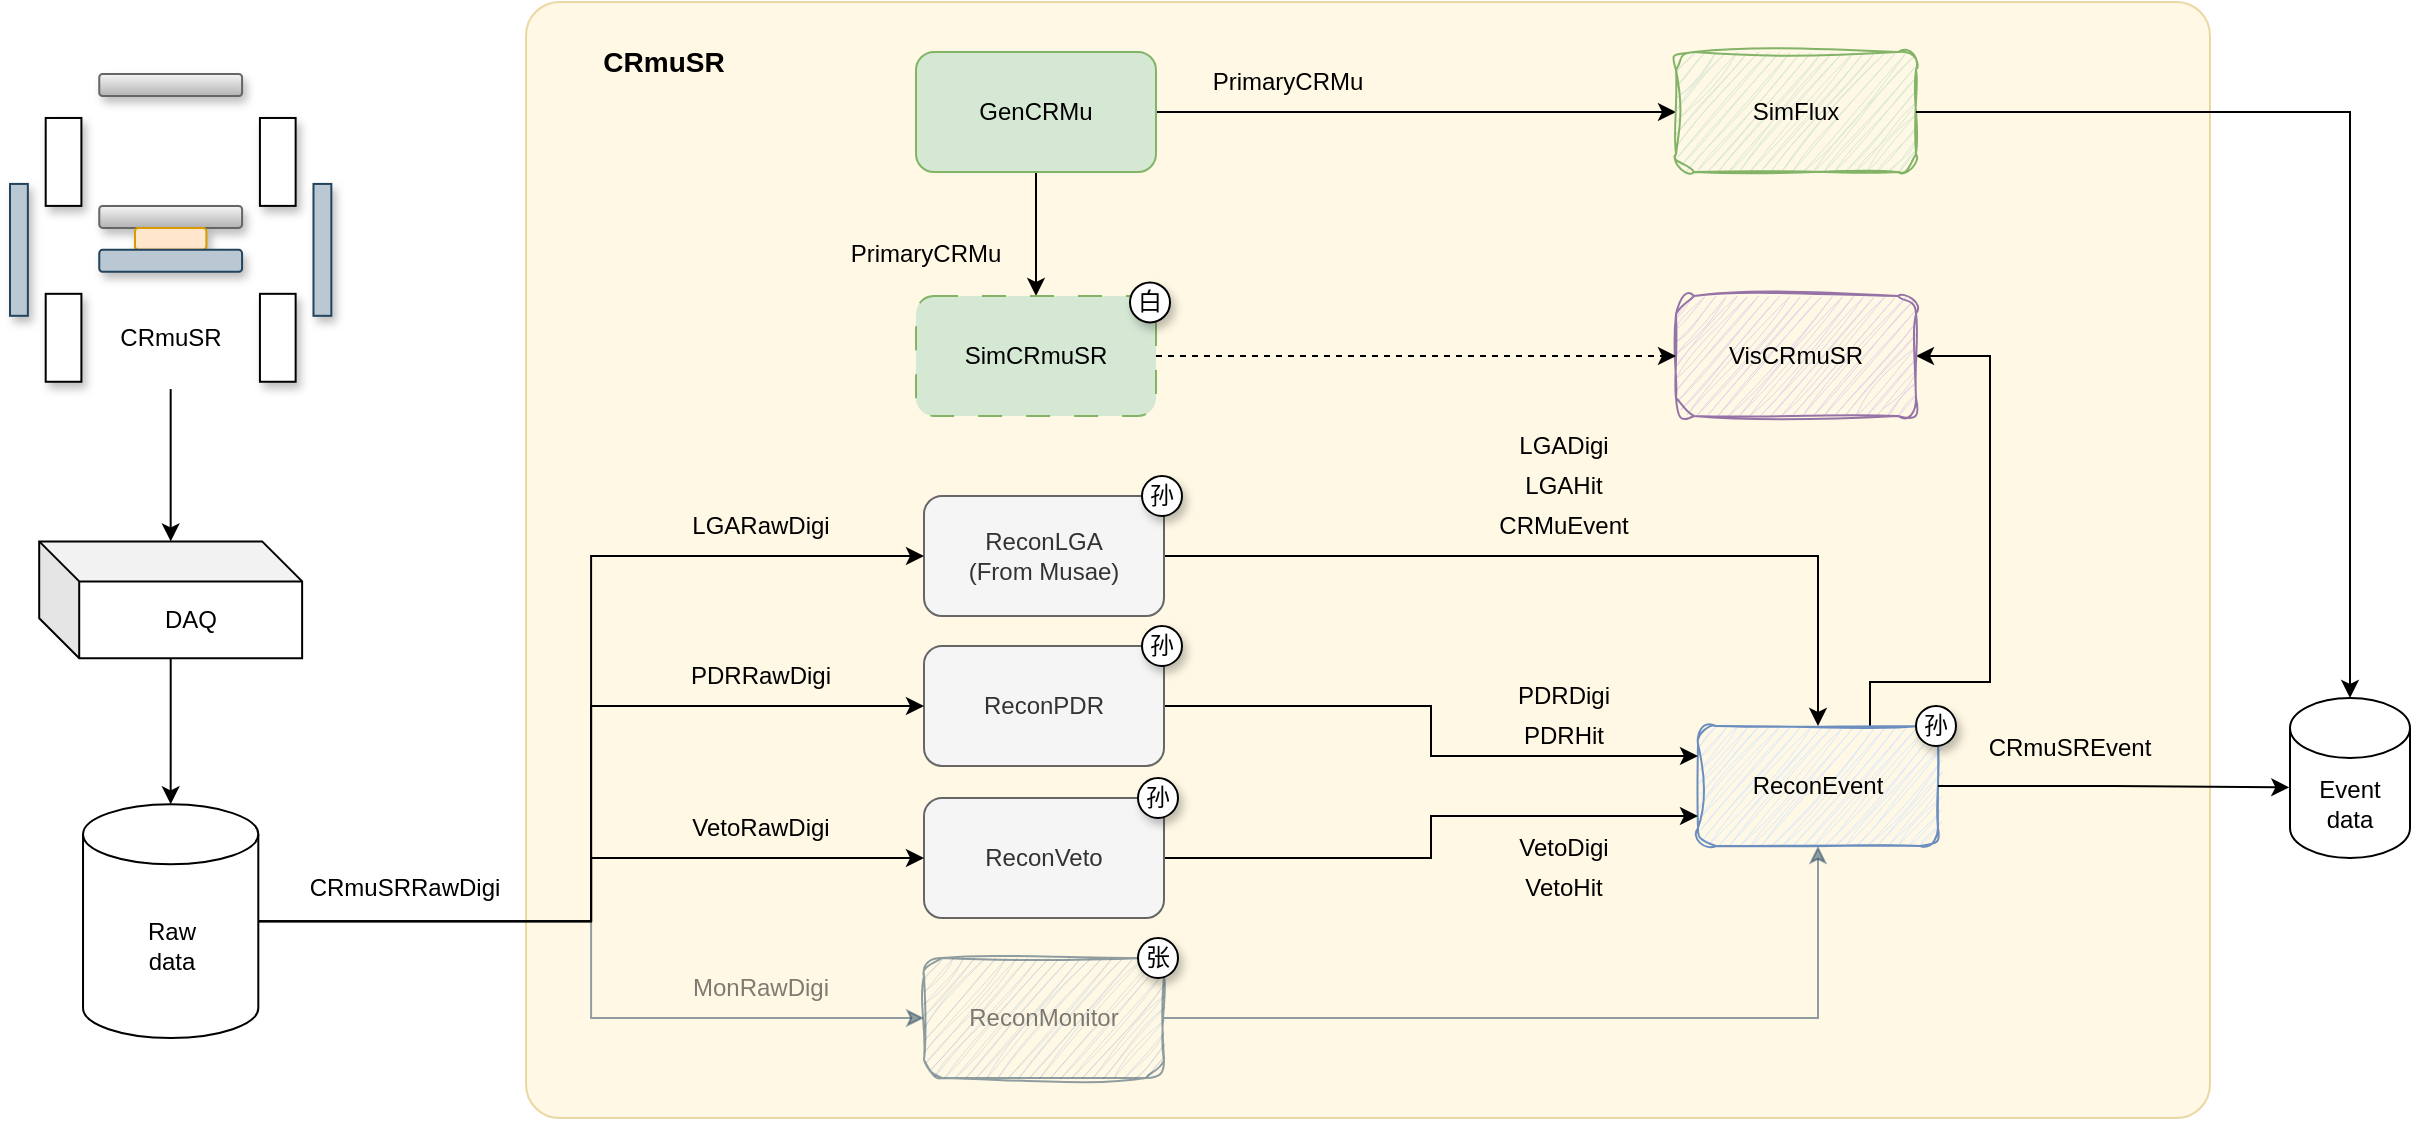
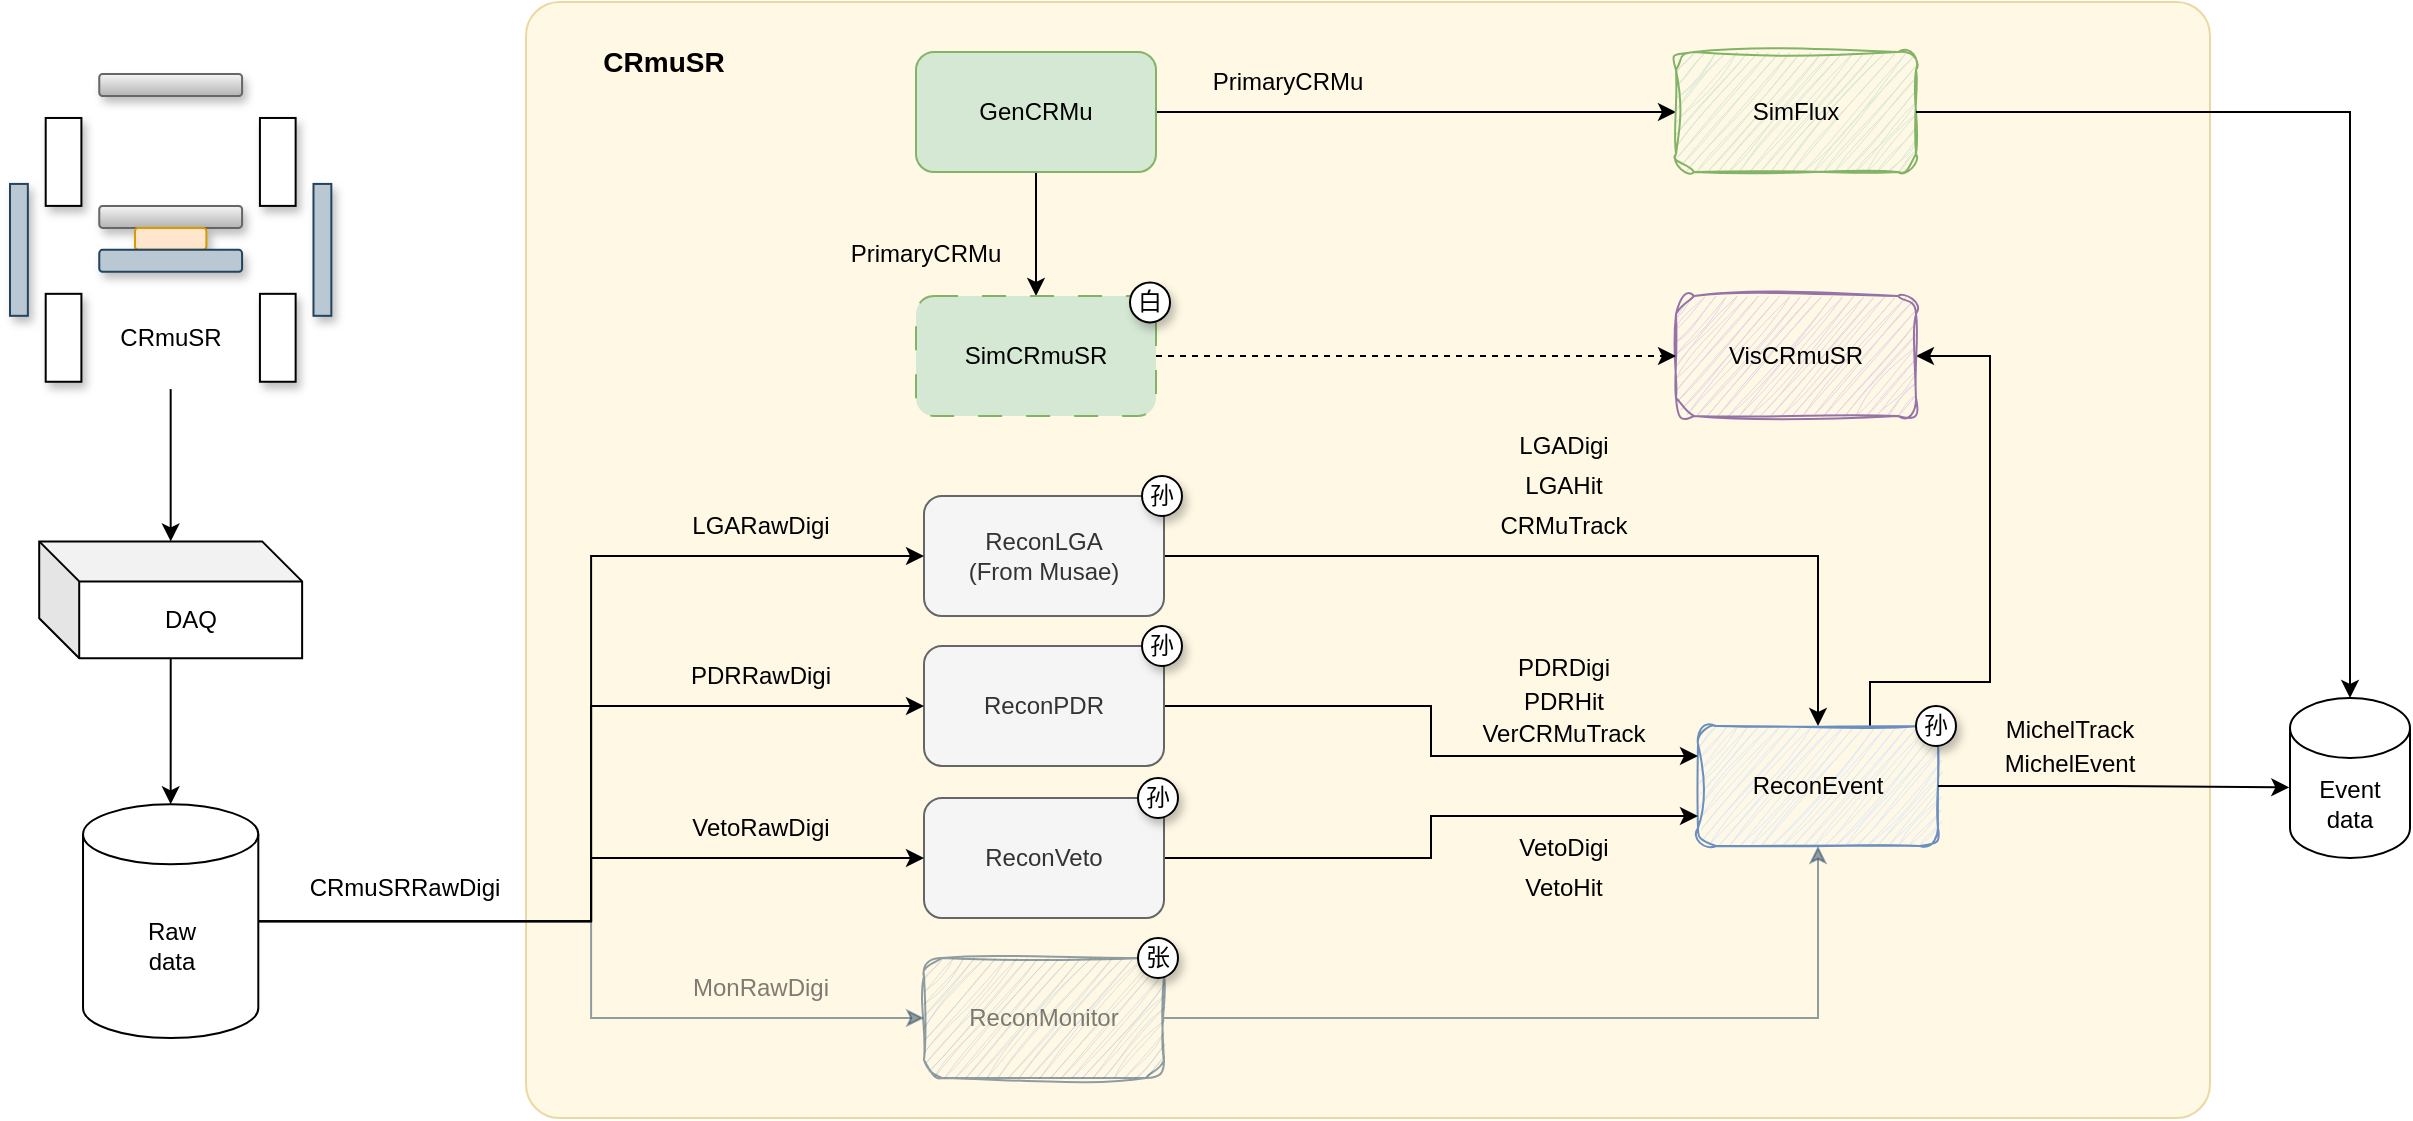
<mxfile host="app.diagrams.net" agent="Mozilla/5.0 (Macintosh; Intel Mac OS X 10_15_7) AppleWebKit/537.36 (KHTML, like Gecko) Chrome/146.0.0.0 Safari/537.36 Edg/146.0.0.0">
  <diagram name="第 1 页" id="chZkEdBu_oaUfNhv53m3">
-     <mxGraphModel dx="1409" dy="584" grid="1" gridSize="10" guides="1" tooltips="1" connect="1" arrows="1" fold="1" page="1" pageScale="1" pageWidth="834" pageHeight="370" background="none" math="0" shadow="0">
+     <mxGraphModel dx="1954" dy="749" grid="1" gridSize="10" guides="1" tooltips="1" connect="1" arrows="1" fold="1" page="1" pageScale="1" pageWidth="834" pageHeight="370" background="none" math="0" shadow="0">
      <root>
        <mxCell id="0" />
        <mxCell id="1" parent="0" />
-         <mxCell id="9vvE39sXZONVrzgEW_0H-39" parent="1" style="rounded=1;whiteSpace=wrap;html=1;arcSize=3;fillColor=#fff2cc;strokeColor=#d6b656;opacity=50;" value="" vertex="1">
+         <mxCell id="9vvE39sXZONVrzgEW_0H-39" parent="1" style="rounded=1;whiteSpace=wrap;html=1;arcSize=3;fillColor=#fff2cc;strokeColor=#d6b656;opacity=50;movable=0;resizable=0;rotatable=0;deletable=0;editable=0;locked=1;connectable=0;" value="" vertex="1">
          <mxGeometry height="558" width="842" x="348" y="100" as="geometry" />
        </mxCell>
        <mxCell id="9vvE39sXZONVrzgEW_0H-33" edge="1" parent="1" source="xIw7j6lJ1kNyazvr1SXw-10" style="edgeStyle=orthogonalEdgeStyle;rounded=0;orthogonalLoop=1;jettySize=auto;html=1;entryX=1;entryY=0.5;entryDx=0;entryDy=0;" target="xIw7j6lJ1kNyazvr1SXw-19">
          <mxGeometry relative="1" as="geometry">
            <Array as="points">
              <mxPoint x="1020" y="440" />
              <mxPoint x="1080" y="440" />
              <mxPoint x="1080" y="277" />
            </Array>
          </mxGeometry>
        </mxCell>
        <mxCell id="xIw7j6lJ1kNyazvr1SXw-10" parent="1" style="rounded=1;whiteSpace=wrap;html=1;fillColor=#dae8fc;strokeColor=#6c8ebf;sketch=1;curveFitting=1;jiggle=2;container=0;fillStyle=auto;" value="ReconEvent" vertex="1">
          <mxGeometry height="60" width="120" x="934" y="462" as="geometry" />
        </mxCell>
        <mxCell id="xIw7j6lJ1kNyazvr1SXw-19" parent="1" style="rounded=1;whiteSpace=wrap;html=1;fillColor=#e1d5e7;strokeColor=#9673a6;sketch=1;curveFitting=1;jiggle=2;container=0;" value="VisCRmuSR" vertex="1">
          <mxGeometry height="60" width="120" x="923" y="247" as="geometry" />
        </mxCell>
        <mxCell id="xIw7j6lJ1kNyazvr1SXw-29" edge="1" parent="1" source="xIw7j6lJ1kNyazvr1SXw-25" style="edgeStyle=orthogonalEdgeStyle;rounded=0;orthogonalLoop=1;jettySize=auto;html=1;" target="xIw7j6lJ1kNyazvr1SXw-26">
          <mxGeometry relative="1" as="geometry" />
        </mxCell>
        <mxCell id="xIw7j6lJ1kNyazvr1SXw-34" edge="1" parent="1" source="xIw7j6lJ1kNyazvr1SXw-25" style="edgeStyle=orthogonalEdgeStyle;rounded=0;orthogonalLoop=1;jettySize=auto;html=1;" target="xIw7j6lJ1kNyazvr1SXw-33">
          <mxGeometry relative="1" as="geometry" />
        </mxCell>
        <mxCell id="xIw7j6lJ1kNyazvr1SXw-25" parent="1" style="rounded=1;whiteSpace=wrap;html=1;fillColor=#d5e8d4;strokeColor=#82b366;container=0;" value="GenCRMu" vertex="1">
          <mxGeometry height="60" width="120" x="543" y="125" as="geometry" />
        </mxCell>
        <mxCell id="xIw7j6lJ1kNyazvr1SXw-27" edge="1" parent="1" source="xIw7j6lJ1kNyazvr1SXw-26" style="edgeStyle=orthogonalEdgeStyle;rounded=0;orthogonalLoop=1;jettySize=auto;html=1;dashed=1;flowAnimation=0;" target="xIw7j6lJ1kNyazvr1SXw-19">
          <mxGeometry relative="1" as="geometry" />
        </mxCell>
        <mxCell id="xIw7j6lJ1kNyazvr1SXw-26" parent="1" style="rounded=1;whiteSpace=wrap;html=1;fillColor=#d5e8d4;strokeColor=#82b366;glass=0;dashed=1;dashPattern=12 12;container=0;" value="SimCRmuSR" vertex="1">
          <mxGeometry height="60" width="120" x="543" y="247" as="geometry" />
        </mxCell>
        <mxCell id="xIw7j6lJ1kNyazvr1SXw-31" parent="1" style="text;html=1;whiteSpace=wrap;strokeColor=none;fillColor=none;align=center;verticalAlign=middle;rounded=0;container=0;" value="&lt;b&gt;&lt;font style=&quot;font-size: 14px;&quot;&gt;CRmuSR&lt;/font&gt;&lt;/b&gt;" vertex="1">
          <mxGeometry height="30" width="60" x="387" y="115" as="geometry" />
        </mxCell>
        <mxCell id="xIw7j6lJ1kNyazvr1SXw-33" parent="1" style="rounded=1;whiteSpace=wrap;html=1;fillColor=#d5e8d4;strokeColor=#82b366;sketch=1;curveFitting=1;jiggle=2;container=0;" value="SimFlux" vertex="1">
          <mxGeometry height="60" width="120" x="923" y="125" as="geometry" />
        </mxCell>
        <mxCell id="xIw7j6lJ1kNyazvr1SXw-35" edge="1" parent="1" source="xIw7j6lJ1kNyazvr1SXw-33" style="edgeStyle=orthogonalEdgeStyle;rounded=0;orthogonalLoop=1;jettySize=auto;html=1;entryX=0.5;entryY=0;entryDx=0;entryDy=0;entryPerimeter=0;" target="xIw7j6lJ1kNyazvr1SXw-18">
          <mxGeometry relative="1" as="geometry" />
        </mxCell>
        <mxCell id="xIw7j6lJ1kNyazvr1SXw-40" parent="1" style="ellipse;whiteSpace=wrap;html=1;aspect=fixed;shadow=1;container=0;" value="白" vertex="1">
          <mxGeometry height="20" width="20" x="650" y="240.2" as="geometry" />
        </mxCell>
        <mxCell id="xIw7j6lJ1kNyazvr1SXw-42" parent="1" style="text;html=1;whiteSpace=wrap;strokeColor=none;fillColor=none;align=center;verticalAlign=middle;rounded=0;container=0;" value="PrimaryCRMu" vertex="1">
          <mxGeometry height="30" width="90" x="684" y="125" as="geometry" />
        </mxCell>
        <mxCell id="xIw7j6lJ1kNyazvr1SXw-43" parent="1" style="text;html=1;whiteSpace=wrap;strokeColor=none;fillColor=none;align=center;verticalAlign=middle;rounded=0;container=0;" value="PrimaryCRMu" vertex="1">
          <mxGeometry height="30" width="90" x="503" y="211" as="geometry" />
        </mxCell>
        <mxCell id="xIw7j6lJ1kNyazvr1SXw-45" parent="1" style="text;html=1;whiteSpace=wrap;strokeColor=none;fillColor=none;align=center;verticalAlign=middle;rounded=0;container=0;" value="CRmuSRRawDigi" vertex="1">
          <mxGeometry height="30" width="99" x="238" y="528" as="geometry" />
        </mxCell>
        <mxCell id="9vvE39sXZONVrzgEW_0H-16" edge="1" parent="1" source="9vvE39sXZONVrzgEW_0H-3" style="edgeStyle=orthogonalEdgeStyle;rounded=0;orthogonalLoop=1;jettySize=auto;html=1;entryX=0.5;entryY=0;entryDx=0;entryDy=0;" target="xIw7j6lJ1kNyazvr1SXw-10">
          <mxGeometry relative="1" as="geometry" />
        </mxCell>
        <mxCell id="9vvE39sXZONVrzgEW_0H-3" parent="1" style="rounded=1;whiteSpace=wrap;html=1;glass=0;shadow=0;fillColor=#f5f5f5;fillStyle=hachure;strokeColor=#666666;fontColor=#333333;" value="ReconLGA&lt;div&gt;(From Musae)&lt;/div&gt;" vertex="1">
          <mxGeometry height="60" width="120" x="547" y="347" as="geometry" />
        </mxCell>
        <mxCell id="9vvE39sXZONVrzgEW_0H-22" edge="1" parent="1" source="9vvE39sXZONVrzgEW_0H-4" style="edgeStyle=orthogonalEdgeStyle;rounded=0;orthogonalLoop=1;jettySize=auto;html=1;entryX=0;entryY=0.25;entryDx=0;entryDy=0;" target="xIw7j6lJ1kNyazvr1SXw-10">
          <mxGeometry relative="1" as="geometry" />
        </mxCell>
        <mxCell id="9vvE39sXZONVrzgEW_0H-4" parent="1" style="rounded=1;whiteSpace=wrap;html=1;glass=0;shadow=0;fillColor=#f5f5f5;fillStyle=hachure;strokeColor=#666666;fontColor=#333333;" value="ReconPDR" vertex="1">
          <mxGeometry height="60" width="120" x="547" y="422" as="geometry" />
        </mxCell>
        <mxCell id="9vvE39sXZONVrzgEW_0H-24" edge="1" parent="1" source="9vvE39sXZONVrzgEW_0H-5" style="edgeStyle=orthogonalEdgeStyle;rounded=0;orthogonalLoop=1;jettySize=auto;html=1;entryX=0.5;entryY=1;entryDx=0;entryDy=0;fillColor=#bac8d3;strokeColor=#23445d;opacity=50;textOpacity=50;" target="xIw7j6lJ1kNyazvr1SXw-10">
          <mxGeometry relative="1" as="geometry" />
        </mxCell>
        <mxCell id="9vvE39sXZONVrzgEW_0H-5" parent="1" style="rounded=1;whiteSpace=wrap;html=1;sketch=1;curveFitting=1;jiggle=2;glass=0;shadow=0;fillColor=#bac8d3;fillStyle=hachure;strokeColor=#23445d;opacity=50;textOpacity=50;" value="ReconMonitor" vertex="1">
          <mxGeometry height="60" width="120" x="547" y="578" as="geometry" />
        </mxCell>
        <mxCell id="9vvE39sXZONVrzgEW_0H-23" edge="1" parent="1" source="9vvE39sXZONVrzgEW_0H-6" style="edgeStyle=orthogonalEdgeStyle;rounded=0;orthogonalLoop=1;jettySize=auto;html=1;entryX=0;entryY=0.75;entryDx=0;entryDy=0;" target="xIw7j6lJ1kNyazvr1SXw-10">
          <mxGeometry relative="1" as="geometry" />
        </mxCell>
        <mxCell id="9vvE39sXZONVrzgEW_0H-6" parent="1" style="rounded=1;whiteSpace=wrap;html=1;glass=0;shadow=0;fillColor=#f5f5f5;fillStyle=hachure;strokeColor=#666666;fontColor=#333333;" value="ReconVeto" vertex="1">
          <mxGeometry height="60" width="120" x="547" y="498" as="geometry" />
        </mxCell>
        <mxCell id="9vvE39sXZONVrzgEW_0H-7" connectable="0" parent="1" style="group" value="" vertex="1">
          <mxGeometry height="482" width="160.67" x="90" y="136" as="geometry" />
        </mxCell>
        <mxCell id="xIw7j6lJ1kNyazvr1SXw-3" parent="9vvE39sXZONVrzgEW_0H-7" style="shape=cube;whiteSpace=wrap;html=1;boundedLbl=1;backgroundOutline=1;darkOpacity=0.05;darkOpacity2=0.1;container=0;" value="DAQ" vertex="1">
          <mxGeometry height="58.424242424242415" width="131.45727272727268" x="14.606363636363636" y="233.69696969696966" as="geometry" />
        </mxCell>
        <mxCell id="xIw7j6lJ1kNyazvr1SXw-4" edge="1" parent="9vvE39sXZONVrzgEW_0H-7" source="xIw7j6lJ1kNyazvr1SXw-2" style="edgeStyle=orthogonalEdgeStyle;rounded=0;orthogonalLoop=1;jettySize=auto;html=1;" target="xIw7j6lJ1kNyazvr1SXw-3">
          <mxGeometry relative="1" as="geometry" />
        </mxCell>
        <mxCell id="xIw7j6lJ1kNyazvr1SXw-5" parent="9vvE39sXZONVrzgEW_0H-7" style="shape=cylinder3;whiteSpace=wrap;html=1;boundedLbl=1;backgroundOutline=1;size=15;container=0;" value="Raw&lt;div&gt;data&lt;/div&gt;" vertex="1">
          <mxGeometry height="116.84848484848483" width="87.6381818181818" x="36.51590909090908" y="365.1515151515151" as="geometry" />
        </mxCell>
        <mxCell id="xIw7j6lJ1kNyazvr1SXw-6" edge="1" parent="9vvE39sXZONVrzgEW_0H-7" source="xIw7j6lJ1kNyazvr1SXw-3" style="edgeStyle=orthogonalEdgeStyle;rounded=0;orthogonalLoop=1;jettySize=auto;html=1;entryX=0.5;entryY=0;entryDx=0;entryDy=0;entryPerimeter=0;" target="xIw7j6lJ1kNyazvr1SXw-5">
          <mxGeometry relative="1" as="geometry" />
        </mxCell>
        <mxCell id="GPN7hhJ2AqaUwRxczovP-1" parent="9vvE39sXZONVrzgEW_0H-7" style="rounded=1;whiteSpace=wrap;html=1;fillColor=#f5f5f5;strokeColor=#666666;gradientColor=#b3b3b3;shadow=1;container=0;" value="" vertex="1">
          <mxGeometry height="10.991571267889913" width="71.40888888888888" x="44.63055555555553" as="geometry" />
        </mxCell>
        <mxCell id="GPN7hhJ2AqaUwRxczovP-3" parent="9vvE39sXZONVrzgEW_0H-7" style="rounded=0;whiteSpace=wrap;html=1;shadow=1;container=0;" value="" vertex="1">
          <mxGeometry height="43.96628507155965" width="17.85222222222222" x="17.85222222222223" y="21.983142535779805" as="geometry" />
        </mxCell>
        <mxCell id="GPN7hhJ2AqaUwRxczovP-4" parent="9vvE39sXZONVrzgEW_0H-7" style="rounded=0;whiteSpace=wrap;html=1;shadow=1;container=0;" value="" vertex="1">
          <mxGeometry height="43.96628507155965" width="17.85222222222222" x="124.96555555555553" y="21.983142535779805" as="geometry" />
        </mxCell>
        <mxCell id="GPN7hhJ2AqaUwRxczovP-5" parent="9vvE39sXZONVrzgEW_0H-7" style="rounded=1;whiteSpace=wrap;html=1;fillColor=#f5f5f5;strokeColor=#666666;gradientColor=#b3b3b3;shadow=1;container=0;" value="" vertex="1">
          <mxGeometry height="10.991571267889913" width="71.40888888888888" x="44.63055555555553" y="65.94942760733946" as="geometry" />
        </mxCell>
        <mxCell id="GPN7hhJ2AqaUwRxczovP-6" parent="9vvE39sXZONVrzgEW_0H-7" style="rounded=0;whiteSpace=wrap;html=1;shadow=1;container=0;" value="" vertex="1">
          <mxGeometry height="43.96628507155965" width="17.85222222222222" x="17.85222222222223" y="109.91571267889913" as="geometry" />
        </mxCell>
        <mxCell id="GPN7hhJ2AqaUwRxczovP-7" parent="9vvE39sXZONVrzgEW_0H-7" style="rounded=0;whiteSpace=wrap;html=1;shadow=1;container=0;" value="" vertex="1">
          <mxGeometry height="43.96628507155965" width="17.85222222222222" x="124.96555555555553" y="109.91571267889913" as="geometry" />
        </mxCell>
        <mxCell id="GPN7hhJ2AqaUwRxczovP-8" parent="9vvE39sXZONVrzgEW_0H-7" style="rounded=0;whiteSpace=wrap;html=1;fillColor=#bac8d3;strokeColor=#23445d;shadow=1;container=0;" value="" vertex="1">
          <mxGeometry height="65.94942760733947" width="8.92611111111111" x="151.7438888888889" y="54.95785633944956" as="geometry" />
        </mxCell>
        <mxCell id="GPN7hhJ2AqaUwRxczovP-9" parent="9vvE39sXZONVrzgEW_0H-7" style="rounded=0;whiteSpace=wrap;html=1;fillColor=#bac8d3;strokeColor=#23445d;shadow=1;container=0;" value="" vertex="1">
          <mxGeometry height="65.94942760733947" width="8.92611111111111" y="54.95785633944956" as="geometry" />
        </mxCell>
        <mxCell id="GPN7hhJ2AqaUwRxczovP-10" parent="9vvE39sXZONVrzgEW_0H-7" style="rounded=1;whiteSpace=wrap;html=1;fillColor=#ffe6cc;strokeColor=#d79b00;shadow=1;container=0;" value="" vertex="1">
          <mxGeometry height="10.991571267889913" width="35.70444444444444" x="62.48277777777776" y="76.94099887522941" as="geometry" />
        </mxCell>
        <mxCell id="GPN7hhJ2AqaUwRxczovP-11" parent="9vvE39sXZONVrzgEW_0H-7" style="rounded=1;whiteSpace=wrap;html=1;fillColor=#bac8d3;strokeColor=#23445d;shadow=1;container=0;" value="" vertex="1">
          <mxGeometry height="10.991571267889913" width="71.40888888888888" x="44.63055555555553" y="87.9325701431193" as="geometry" />
        </mxCell>
        <mxCell id="xIw7j6lJ1kNyazvr1SXw-2" parent="9vvE39sXZONVrzgEW_0H-7" style="text;html=1;whiteSpace=wrap;strokeColor=none;fillColor=none;align=center;verticalAlign=middle;rounded=0;shadow=1;container=0;" value="CRmuSR" vertex="1">
          <mxGeometry height="51.293999250152936" width="107.11333333333332" x="26.7783333333333" y="106.24697044681675" as="geometry" />
        </mxCell>
        <mxCell id="9vvE39sXZONVrzgEW_0H-8" edge="1" parent="1" source="xIw7j6lJ1kNyazvr1SXw-5" style="edgeStyle=orthogonalEdgeStyle;rounded=0;orthogonalLoop=1;jettySize=auto;html=1;exitX=1;exitY=0.5;exitDx=0;exitDy=0;exitPerimeter=0;entryX=0;entryY=0.5;entryDx=0;entryDy=0;" target="9vvE39sXZONVrzgEW_0H-3">
          <mxGeometry relative="1" as="geometry" />
        </mxCell>
        <mxCell id="9vvE39sXZONVrzgEW_0H-10" edge="1" parent="1" source="xIw7j6lJ1kNyazvr1SXw-5" style="edgeStyle=orthogonalEdgeStyle;rounded=0;orthogonalLoop=1;jettySize=auto;html=1;entryX=0;entryY=0.5;entryDx=0;entryDy=0;" target="9vvE39sXZONVrzgEW_0H-4">
          <mxGeometry relative="1" as="geometry" />
        </mxCell>
        <mxCell id="9vvE39sXZONVrzgEW_0H-11" edge="1" parent="1" source="xIw7j6lJ1kNyazvr1SXw-5" style="edgeStyle=orthogonalEdgeStyle;rounded=0;orthogonalLoop=1;jettySize=auto;html=1;entryX=0;entryY=0.5;entryDx=0;entryDy=0;fillColor=#bac8d3;strokeColor=#23445d;opacity=50;textOpacity=50;" target="9vvE39sXZONVrzgEW_0H-5">
          <mxGeometry relative="1" as="geometry" />
        </mxCell>
        <mxCell id="9vvE39sXZONVrzgEW_0H-12" edge="1" parent="1" source="xIw7j6lJ1kNyazvr1SXw-5" style="edgeStyle=orthogonalEdgeStyle;rounded=0;orthogonalLoop=1;jettySize=auto;html=1;entryX=0;entryY=0.5;entryDx=0;entryDy=0;" target="9vvE39sXZONVrzgEW_0H-6">
          <mxGeometry relative="1" as="geometry" />
        </mxCell>
        <mxCell id="9vvE39sXZONVrzgEW_0H-13" parent="1" style="text;html=1;whiteSpace=wrap;strokeColor=none;fillColor=none;align=center;verticalAlign=middle;rounded=0;" value="LGADigi" vertex="1">
          <mxGeometry height="30" width="60" x="837" y="307" as="geometry" />
        </mxCell>
        <mxCell id="9vvE39sXZONVrzgEW_0H-14" parent="1" style="text;html=1;whiteSpace=wrap;strokeColor=none;fillColor=none;align=center;verticalAlign=middle;rounded=0;fontColor=light-dark(#000000,#FF8000);" value="LGAHit" vertex="1">
          <mxGeometry height="30" width="60" x="837" y="327" as="geometry" />
        </mxCell>
-         <mxCell id="9vvE39sXZONVrzgEW_0H-15" parent="1" style="text;html=1;whiteSpace=wrap;strokeColor=none;fillColor=none;align=center;verticalAlign=middle;rounded=0;fontColor=light-dark(#000000,#FF8000);" value="CRMuEvent" vertex="1">
+         <mxCell id="9vvE39sXZONVrzgEW_0H-15" parent="1" style="text;html=1;whiteSpace=wrap;strokeColor=none;fillColor=none;align=center;verticalAlign=middle;rounded=0;fontColor=light-dark(#000000,#FF8000);" value="CRMuTrack" vertex="1">
          <mxGeometry height="30" width="60" x="837" y="347" as="geometry" />
        </mxCell>
        <mxCell id="9vvE39sXZONVrzgEW_0H-17" parent="1" style="text;html=1;whiteSpace=wrap;strokeColor=none;fillColor=none;align=center;verticalAlign=middle;rounded=0;container=0;" value="LGARawDigi" vertex="1">
          <mxGeometry height="30" width="99" x="416" y="347" as="geometry" />
        </mxCell>
        <mxCell id="9vvE39sXZONVrzgEW_0H-19" parent="1" style="ellipse;whiteSpace=wrap;html=1;aspect=fixed;shadow=1;container=0;" value="张" vertex="1">
          <mxGeometry height="20" width="20" x="654" y="568" as="geometry" />
        </mxCell>
        <mxCell id="xIw7j6lJ1kNyazvr1SXw-41" parent="1" style="ellipse;whiteSpace=wrap;html=1;aspect=fixed;shadow=1;container=0;" value="孙" vertex="1">
          <mxGeometry height="20" width="20" x="1043" y="452" as="geometry" />
        </mxCell>
        <mxCell id="9vvE39sXZONVrzgEW_0H-21" parent="1" style="ellipse;whiteSpace=wrap;html=1;aspect=fixed;shadow=1;container=0;" value="孙" vertex="1">
          <mxGeometry height="20" width="20" x="656" y="412" as="geometry" />
        </mxCell>
        <mxCell id="9vvE39sXZONVrzgEW_0H-25" parent="1" style="text;html=1;whiteSpace=wrap;strokeColor=none;fillColor=none;align=center;verticalAlign=middle;rounded=0;" value="PDRDigi" vertex="1">
-           <mxGeometry height="30" width="60" x="837" y="432" as="geometry" />
+           <mxGeometry height="30" width="60" x="837" y="418" as="geometry" />
        </mxCell>
        <mxCell id="9vvE39sXZONVrzgEW_0H-26" parent="1" style="text;html=1;whiteSpace=wrap;strokeColor=none;fillColor=none;align=center;verticalAlign=middle;rounded=0;fontColor=light-dark(#000000,#FF8000);" value="PDRHit" vertex="1">
-           <mxGeometry height="30" width="60" x="837" y="452" as="geometry" />
+           <mxGeometry height="30" width="60" x="837" y="435" as="geometry" />
        </mxCell>
        <mxCell id="9vvE39sXZONVrzgEW_0H-29" parent="1" style="ellipse;whiteSpace=wrap;html=1;aspect=fixed;shadow=1;container=0;" value="孙" vertex="1">
          <mxGeometry height="20" width="20" x="654" y="488" as="geometry" />
        </mxCell>
        <mxCell id="9vvE39sXZONVrzgEW_0H-30" parent="1" style="text;html=1;whiteSpace=wrap;strokeColor=none;fillColor=none;align=center;verticalAlign=middle;rounded=0;" value="VetoDigi" vertex="1">
          <mxGeometry height="30" width="60" x="837" y="508" as="geometry" />
        </mxCell>
        <mxCell id="9vvE39sXZONVrzgEW_0H-31" parent="1" style="text;html=1;whiteSpace=wrap;strokeColor=none;fillColor=none;align=center;verticalAlign=middle;rounded=0;fontColor=light-dark(#000000,#FF8000);" value="VetoHit" vertex="1">
          <mxGeometry height="30" width="60" x="837" y="528" as="geometry" />
        </mxCell>
        <mxCell id="9vvE39sXZONVrzgEW_0H-34" parent="1" style="text;html=1;whiteSpace=wrap;strokeColor=none;fillColor=none;align=center;verticalAlign=middle;rounded=0;container=0;" value="PDRRawDigi" vertex="1">
          <mxGeometry height="30" width="99" x="416" y="422" as="geometry" />
        </mxCell>
        <mxCell id="9vvE39sXZONVrzgEW_0H-35" parent="1" style="text;html=1;whiteSpace=wrap;align=center;verticalAlign=middle;rounded=0;container=0;opacity=50;textOpacity=50;" value="MonRawDigi" vertex="1">
          <mxGeometry height="30" width="99" x="416" y="578" as="geometry" />
        </mxCell>
        <mxCell id="9vvE39sXZONVrzgEW_0H-36" parent="1" style="text;html=1;whiteSpace=wrap;strokeColor=none;fillColor=none;align=center;verticalAlign=middle;rounded=0;container=0;" value="VetoRawDigi" vertex="1">
          <mxGeometry height="30" width="99" x="416" y="498" as="geometry" />
        </mxCell>
        <mxCell id="9vvE39sXZONVrzgEW_0H-108" parent="1" style="ellipse;whiteSpace=wrap;html=1;aspect=fixed;shadow=1;container=0;" value="孙" vertex="1">
          <mxGeometry height="20" width="20" x="656" y="337" as="geometry" />
        </mxCell>
-         <mxCell id="GEuPBgRdwKMXXtFu4K0a-2" parent="1" style="text;html=1;whiteSpace=wrap;strokeColor=none;fillColor=none;align=center;verticalAlign=middle;rounded=0;" value="CRmuSREvent" vertex="1">
-           <mxGeometry height="30" width="60" x="1090" y="458" as="geometry" />
+         <mxCell id="GEuPBgRdwKMXXtFu4K0a-2" parent="1" style="text;html=1;whiteSpace=wrap;strokeColor=none;fillColor=none;align=center;verticalAlign=middle;rounded=0;" value="MichelEvent" vertex="1">
+           <mxGeometry height="30" width="60" x="1090" y="466" as="geometry" />
        </mxCell>
        <mxCell id="23iZ7ofSKvKVsHMc7kkH-1" edge="1" parent="1" source="xIw7j6lJ1kNyazvr1SXw-10" style="edgeStyle=orthogonalEdgeStyle;rounded=0;orthogonalLoop=1;jettySize=auto;html=1;entryX=-0.006;entryY=0.559;entryDx=0;entryDy=0;entryPerimeter=0;" target="xIw7j6lJ1kNyazvr1SXw-18" value="">
          <mxGeometry relative="1" as="geometry">
            <mxPoint x="1054" y="492" as="sourcePoint" />
            <mxPoint x="1350" y="490" as="targetPoint" />
          </mxGeometry>
        </mxCell>
        <mxCell id="xIw7j6lJ1kNyazvr1SXw-18" parent="1" style="shape=cylinder3;whiteSpace=wrap;html=1;boundedLbl=1;backgroundOutline=1;size=15;container=0;" value="Event&lt;div&gt;data&lt;/div&gt;" vertex="1">
          <mxGeometry height="80" width="60" x="1230" y="448" as="geometry" />
        </mxCell>
+         <mxCell id="rd_GU0S9mY1VnhJ5iszO-1" parent="1" style="text;html=1;whiteSpace=wrap;strokeColor=none;fillColor=none;align=center;verticalAlign=middle;rounded=0;fontColor=light-dark(#000000,#FF8000);" value="VerCRMuTrack" vertex="1">
+           <mxGeometry height="30" width="60" x="837" y="451" as="geometry" />
+         </mxCell>
+         <mxCell id="rd_GU0S9mY1VnhJ5iszO-2" parent="1" style="text;html=1;whiteSpace=wrap;strokeColor=none;fillColor=none;align=center;verticalAlign=middle;rounded=0;" value="MichelTrack" vertex="1">
+           <mxGeometry height="30" width="60" x="1090" y="449" as="geometry" />
+         </mxCell>
      </root>
    </mxGraphModel>
  </diagram>
</mxfile>
